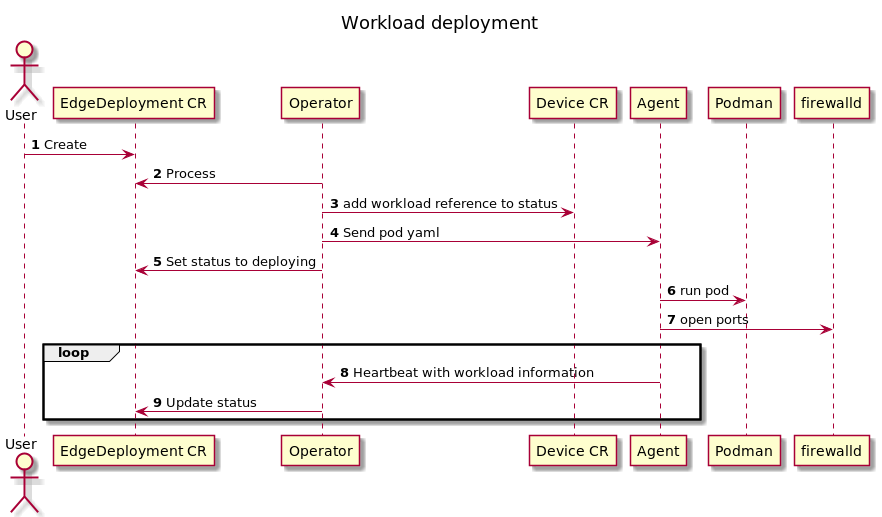
jakub-dzon/k4e-agent keeps this PlantUML diagram as docs/diagrams/Workload_deployment.png. Above is the earlier version.
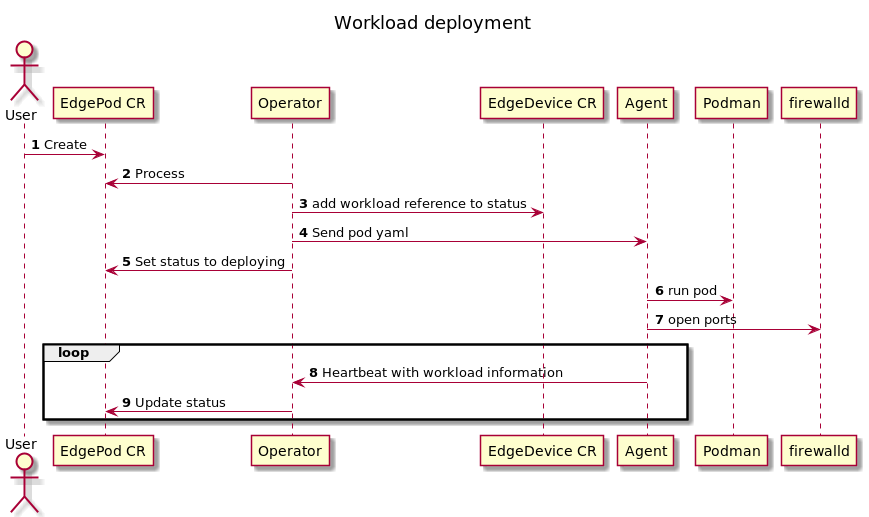
Later version of the same file.

Change to the diagram source:
```diff
@@ -5,17 +5,17 @@
 
 actor User
 
-User -> "EdgeDeployment CR": Create
-Operator -> "EdgeDeployment CR": Process
-Operator -> "Device CR": add workload reference to status
+User -> "EdgePod CR": Create
+Operator -> "EdgePod CR": Process
+Operator -> "EdgeDevice CR": add workload reference to status
 Operator -> Agent: Send pod yaml
-Operator -> "EdgeDeployment CR": Set status to deploying
+Operator -> "EdgePod CR": Set status to deploying
 Agent -> Podman: run pod
 Agent -> firewalld: open ports
 
 loop
 Agent -> Operator: Heartbeat with workload information
-Operator -> "EdgeDeployment CR": Update status
+Operator -> "EdgePod CR": Update status
 end
 
 
```
